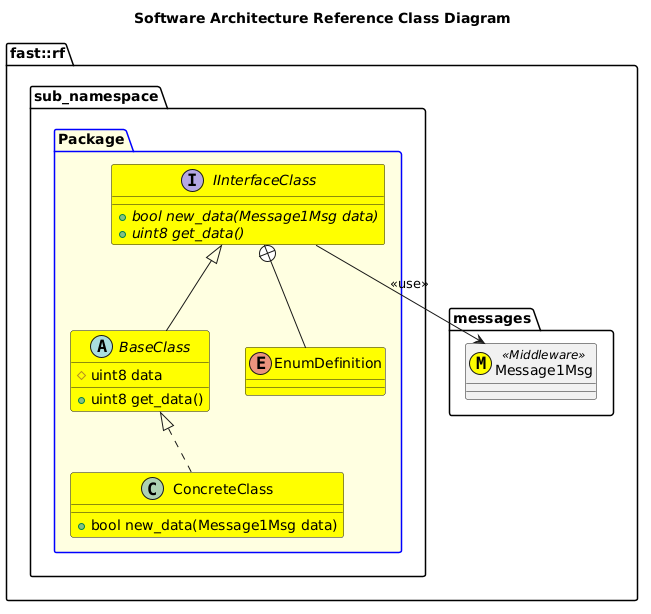
The PlantUML diagram doc/ADR/015-ADRSoftwareArchitectureDesignReference/puml/SoftwareArchitectureReferenceClassDiagram.png in fastrobotics/robot_framework, before a commit. The source it was exported from:
```plantuml
@startuml
title Software Architecture Reference Class Diagram
namespace fast::rf {
    namespace messages {
        class Message1Msg <<(M,#FFFF00)>> <<Middleware>>
    }
    namespace sub_namespace {
        package Package #LightYellow;line:blue {
            enum EnumDefinition #Yellow
            interface IInterfaceClass #Yellow {
                +{abstract} bool new_data(Message1Msg data)
                +{abstract} uint8 get_data()
            }
            IInterfaceClass +-- EnumDefinition

            IInterfaceClass --> Message1Msg: <<use>>

            abstract BaseClass #Yellow {
                +uint8 get_data()
                #uint8 data
            }
            BaseClass -up-|> IInterfaceClass
            class ConcreteClass #Yellow {
                +bool new_data(Message1Msg data)
            }
            ConcreteClass .up.|> BaseClass
        }
    }
}

@enduml
```
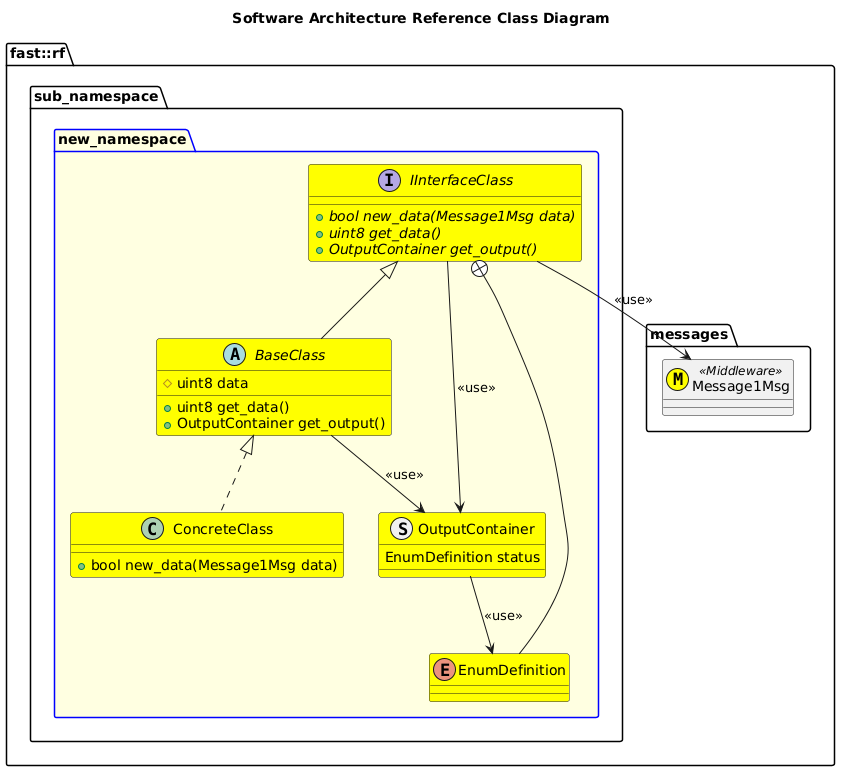
The same file after the commit.

Change to the diagram source:
```diff
@@ -5,21 +5,31 @@
         class Message1Msg <<(M,#FFFF00)>> <<Middleware>>
     }
     namespace sub_namespace {
-        package Package #LightYellow;line:blue {
+        package new_namespace #LightYellow;line:blue {
             enum EnumDefinition #Yellow
+            struct OutputContainer #Yellow {
+                EnumDefinition status
+            }
+            OutputContainer --> EnumDefinition: <<use>>
             interface IInterfaceClass #Yellow {
                 +{abstract} bool new_data(Message1Msg data)
                 +{abstract} uint8 get_data()
+                +{abstract} OutputContainer get_output()
             }
             IInterfaceClass +-- EnumDefinition
+            IInterfaceClass --> OutputContainer: <<use>>
 
             IInterfaceClass --> Message1Msg: <<use>>
 
             abstract BaseClass #Yellow {
                 +uint8 get_data()
+                +OutputContainer get_output()
                 #uint8 data
             }
             BaseClass -up-|> IInterfaceClass
+
+            BaseClass --> OutputContainer: <<use>>
+
             class ConcreteClass #Yellow {
                 +bool new_data(Message1Msg data)
             }
```
